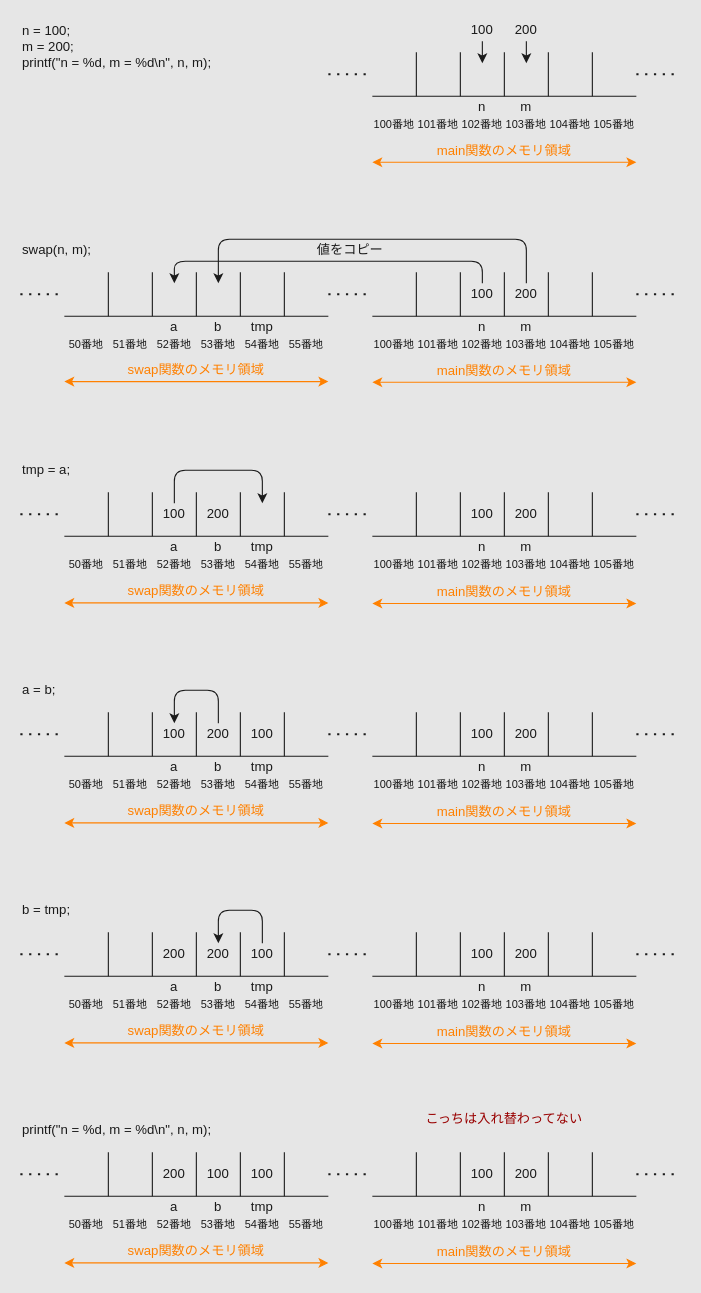
Above: page "swap copy" (4 of 5) of src/pointer/index.drawio in tuatmcc/ClangWorkShop (draw.io), before the change. Source tidied: cells renumbered, new cells numbered last; positions are measured from the earlier drawing's top-left corner, leaving out a move shared by most shapes. Both pictures are drawn from the tidied source at 110%, with x=0, y=0 at pixel (20, 19).
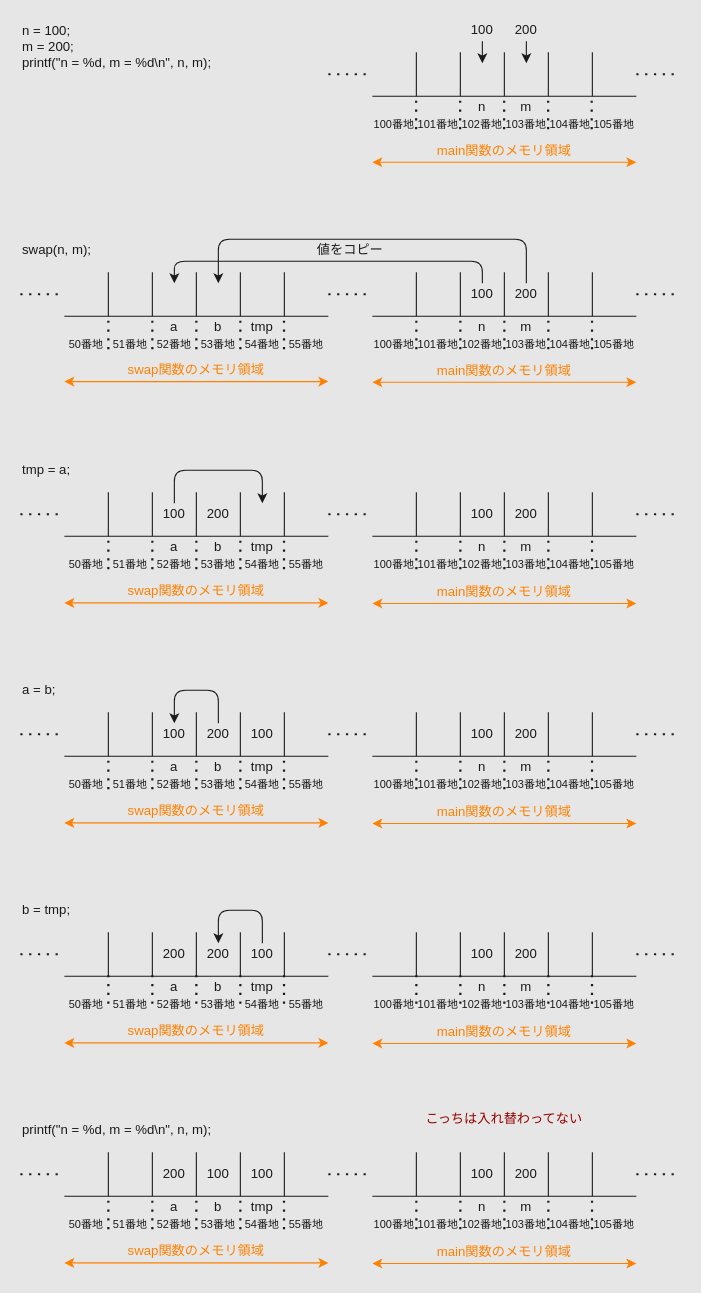
After the change.

What changed in the source:
```diff
@@
+    <mxCell id="238" style="endArrow=none;dashed=1;html=1;dashPattern=1 3;strokeWidth=2;strokeColor=#1A1A1A;fontColor=#FF0000;" parent="1" edge="1">
+      <mxGeometry relative="1" as="geometry">
+        <mxPoint x="359.8" y="100" as="sourcePoint" />
+        <mxPoint x="359.8" y="70" as="targetPoint" />
+      </mxGeometry>
+    </mxCell>
+    <mxCell id="239" style="endArrow=none;dashed=1;html=1;dashPattern=1 3;strokeWidth=2;strokeColor=#1A1A1A;fontColor=#FF0000;" parent="1" edge="1">
+      <mxGeometry relative="1" as="geometry">
+        <mxPoint x="399.8" y="100" as="sourcePoint" />
+        <mxPoint x="399.8" y="70" as="targetPoint" />
+      </mxGeometry>
+    </mxCell>
+    <mxCell id="240" style="endArrow=none;dashed=1;html=1;dashPattern=1 3;strokeWidth=2;strokeColor=#1A1A1A;fontColor=#FF0000;" parent="1" edge="1">
+      <mxGeometry relative="1" as="geometry">
+        <mxPoint x="439.8" y="100" as="sourcePoint" />
+        <mxPoint x="439.8" y="70" as="targetPoint" />
+      </mxGeometry>
+    </mxCell>
+    <mxCell id="241" style="endArrow=none;dashed=1;html=1;dashPattern=1 3;strokeWidth=2;strokeColor=#1A1A1A;fontColor=#FF0000;" parent="1" edge="1">
+      <mxGeometry relative="1" as="geometry">
+        <mxPoint x="479.8" y="100" as="sourcePoint" />
+        <mxPoint x="479.8" y="70" as="targetPoint" />
+      </mxGeometry>
+    </mxCell>
+    <mxCell id="242" style="endArrow=none;dashed=1;html=1;dashPattern=1 3;strokeWidth=2;strokeColor=#1A1A1A;fontColor=#FF0000;" parent="1" edge="1">
+      <mxGeometry relative="1" as="geometry">
+        <mxPoint x="519.4" y="100" as="sourcePoint" />
+        <mxPoint x="519.4" y="70" as="targetPoint" />
+      </mxGeometry>
+    </mxCell>
+    <mxCell id="243" style="endArrow=none;dashed=1;html=1;dashPattern=1 3;strokeWidth=2;strokeColor=#1A1A1A;fontColor=#FF0000;" parent="1" edge="1">
+      <mxGeometry relative="1" as="geometry">
+        <mxPoint x="360" y="300" as="sourcePoint" />
+        <mxPoint x="360" y="270" as="targetPoint" />
+      </mxGeometry>
+    </mxCell>
+    <mxCell id="244" style="endArrow=none;dashed=1;html=1;dashPattern=1 3;strokeWidth=2;strokeColor=#1A1A1A;fontColor=#FF0000;" parent="1" edge="1">
+      <mxGeometry relative="1" as="geometry">
+        <mxPoint x="400" y="300" as="sourcePoint" />
+        <mxPoint x="400" y="270" as="targetPoint" />
+      </mxGeometry>
+    </mxCell>
+    <mxCell id="245" style="endArrow=none;dashed=1;html=1;dashPattern=1 3;strokeWidth=2;strokeColor=#1A1A1A;fontColor=#FF0000;" parent="1" edge="1">
+      <mxGeometry relative="1" as="geometry">
+        <mxPoint x="440" y="300" as="sourcePoint" />
+        <mxPoint x="440" y="270" as="targetPoint" />
+      </mxGeometry>
+    </mxCell>
+    <mxCell id="246" style="endArrow=none;dashed=1;html=1;dashPattern=1 3;strokeWidth=2;strokeColor=#1A1A1A;fontColor=#FF0000;" parent="1" edge="1">
+      <mxGeometry relative="1" as="geometry">
+        <mxPoint x="480" y="300" as="sourcePoint" />
+        <mxPoint x="480" y="270" as="targetPoint" />
+      </mxGeometry>
+    </mxCell>
+    <mxCell id="247" style="endArrow=none;dashed=1;html=1;dashPattern=1 3;strokeWidth=2;strokeColor=#1A1A1A;fontColor=#FF0000;" parent="1" edge="1">
+      <mxGeometry relative="1" as="geometry">
+        <mxPoint x="519.7" y="300" as="sourcePoint" />
+        <mxPoint x="519.7" y="270" as="targetPoint" />
+      </mxGeometry>
+    </mxCell>
+    <mxCell id="248" style="endArrow=none;dashed=1;html=1;dashPattern=1 3;strokeWidth=2;strokeColor=#1A1A1A;fontColor=#FF0000;" parent="1" edge="1">
+      <mxGeometry relative="1" as="geometry">
+        <mxPoint x="80" y="300" as="sourcePoint" />
+        <mxPoint x="80" y="270" as="targetPoint" />
+      </mxGeometry>
+    </mxCell>
+    <mxCell id="249" style="endArrow=none;dashed=1;html=1;dashPattern=1 3;strokeWidth=2;strokeColor=#1A1A1A;fontColor=#FF0000;" parent="1" edge="1">
+      <mxGeometry relative="1" as="geometry">
+        <mxPoint x="120" y="300" as="sourcePoint" />
+        <mxPoint x="120" y="270" as="targetPoint" />
+      </mxGeometry>
+    </mxCell>
+    <mxCell id="250" style="endArrow=none;dashed=1;html=1;dashPattern=1 3;strokeWidth=2;strokeColor=#1A1A1A;fontColor=#FF0000;" parent="1" edge="1">
+      <mxGeometry relative="1" as="geometry">
+        <mxPoint x="160" y="300" as="sourcePoint" />
+        <mxPoint x="160" y="270" as="targetPoint" />
+      </mxGeometry>
+    </mxCell>
+    <mxCell id="251" style="endArrow=none;dashed=1;html=1;dashPattern=1 3;strokeWidth=2;strokeColor=#1A1A1A;fontColor=#FF0000;" parent="1" edge="1">
+      <mxGeometry relative="1" as="geometry">
+        <mxPoint x="200" y="300" as="sourcePoint" />
+        <mxPoint x="200" y="270" as="targetPoint" />
+      </mxGeometry>
+    </mxCell>
+    <mxCell id="252" style="endArrow=none;dashed=1;html=1;dashPattern=1 3;strokeWidth=2;strokeColor=#1A1A1A;fontColor=#FF0000;" parent="1" edge="1">
+      <mxGeometry relative="1" as="geometry">
+        <mxPoint x="239.7" y="300" as="sourcePoint" />
+        <mxPoint x="239.7" y="270" as="targetPoint" />
+      </mxGeometry>
+    </mxCell>
+    <mxCell id="253" style="endArrow=none;dashed=1;html=1;dashPattern=1 3;strokeWidth=2;strokeColor=#1A1A1A;fontColor=#FF0000;" parent="1" edge="1">
+      <mxGeometry relative="1" as="geometry">
+        <mxPoint x="360" y="500" as="sourcePoint" />
+        <mxPoint x="360" y="470" as="targetPoint" />
+      </mxGeometry>
+    </mxCell>
+    <mxCell id="254" style="endArrow=none;dashed=1;html=1;dashPattern=1 3;strokeWidth=2;strokeColor=#1A1A1A;fontColor=#FF0000;" parent="1" edge="1">
+      <mxGeometry relative="1" as="geometry">
+        <mxPoint x="400" y="500" as="sourcePoint" />
+        <mxPoint x="400" y="470" as="targetPoint" />
+      </mxGeometry>
+    </mxCell>
+    <mxCell id="255" style="endArrow=none;dashed=1;html=1;dashPattern=1 3;strokeWidth=2;strokeColor=#1A1A1A;fontColor=#FF0000;" parent="1" edge="1">
+      <mxGeometry relative="1" as="geometry">
+        <mxPoint x="440" y="500" as="sourcePoint" />
+        <mxPoint x="440" y="470" as="targetPoint" />
+      </mxGeometry>
+    </mxCell>
+    <mxCell id="256" style="endArrow=none;dashed=1;html=1;dashPattern=1 3;strokeWidth=2;strokeColor=#1A1A1A;fontColor=#FF0000;" parent="1" edge="1">
+      <mxGeometry relative="1" as="geometry">
+        <mxPoint x="480" y="500" as="sourcePoint" />
+        <mxPoint x="480" y="470" as="targetPoint" />
+      </mxGeometry>
+    </mxCell>
+    <mxCell id="257" style="endArrow=none;dashed=1;html=1;dashPattern=1 3;strokeWidth=2;strokeColor=#1A1A1A;fontColor=#FF0000;" parent="1" edge="1">
+      <mxGeometry relative="1" as="geometry">
+        <mxPoint x="519.7" y="500" as="sourcePoint" />
+        <mxPoint x="519.7" y="470" as="targetPoint" />
+      </mxGeometry>
+    </mxCell>
+    <mxCell id="258" style="endArrow=none;dashed=1;html=1;dashPattern=1 3;strokeWidth=2;strokeColor=#1A1A1A;fontColor=#FF0000;" parent="1" edge="1">
+      <mxGeometry relative="1" as="geometry">
+        <mxPoint x="80" y="500" as="sourcePoint" />
+        <mxPoint x="80" y="470" as="targetPoint" />
+      </mxGeometry>
+    </mxCell>
+    <mxCell id="259" style="endArrow=none;dashed=1;html=1;dashPattern=1 3;strokeWidth=2;strokeColor=#1A1A1A;fontColor=#FF0000;" parent="1" edge="1">
+      <mxGeometry relative="1" as="geometry">
+        <mxPoint x="120" y="500" as="sourcePoint" />
+        <mxPoint x="120" y="470" as="targetPoint" />
+      </mxGeometry>
+    </mxCell>
+    <mxCell id="260" style="endArrow=none;dashed=1;html=1;dashPattern=1 3;strokeWidth=2;strokeColor=#1A1A1A;fontColor=#FF0000;" parent="1" edge="1">
+      <mxGeometry relative="1" as="geometry">
+        <mxPoint x="160" y="500" as="sourcePoint" />
+        <mxPoint x="160" y="470" as="targetPoint" />
+      </mxGeometry>
+    </mxCell>
+    <mxCell id="261" style="endArrow=none;dashed=1;html=1;dashPattern=1 3;strokeWidth=2;strokeColor=#1A1A1A;fontColor=#FF0000;" parent="1" edge="1">
+      <mxGeometry relative="1" as="geometry">
+        <mxPoint x="200" y="500" as="sourcePoint" />
+        <mxPoint x="200" y="470" as="targetPoint" />
+      </mxGeometry>
+    </mxCell>
+    <mxCell id="262" style="endArrow=none;dashed=1;html=1;dashPattern=1 3;strokeWidth=2;strokeColor=#1A1A1A;fontColor=#FF0000;" parent="1" edge="1">
+      <mxGeometry relative="1" as="geometry">
+        <mxPoint x="239.7" y="500" as="sourcePoint" />
+        <mxPoint x="239.7" y="470" as="targetPoint" />
+      </mxGeometry>
+    </mxCell>
+    <mxCell id="263" style="endArrow=none;dashed=1;html=1;dashPattern=1 3;strokeWidth=2;strokeColor=#1A1A1A;fontColor=#FF0000;" parent="1" edge="1">
+      <mxGeometry relative="1" as="geometry">
+        <mxPoint x="360" y="700" as="sourcePoint" />
+        <mxPoint x="360" y="670" as="targetPoint" />
+      </mxGeometry>
+    </mxCell>
+    <mxCell id="264" style="endArrow=none;dashed=1;html=1;dashPattern=1 3;strokeWidth=2;strokeColor=#1A1A1A;fontColor=#FF0000;" parent="1" edge="1">
+      <mxGeometry relative="1" as="geometry">
+        <mxPoint x="400" y="700" as="sourcePoint" />
+        <mxPoint x="400" y="670" as="targetPoint" />
+      </mxGeometry>
+    </mxCell>
+    <mxCell id="265" style="endArrow=none;dashed=1;html=1;dashPattern=1 3;strokeWidth=2;strokeColor=#1A1A1A;fontColor=#FF0000;" parent="1" edge="1">
+      <mxGeometry relative="1" as="geometry">
+        <mxPoint x="440" y="700" as="sourcePoint" />
+        <mxPoint x="440" y="670" as="targetPoint" />
+      </mxGeometry>
+    </mxCell>
+    <mxCell id="266" style="endArrow=none;dashed=1;html=1;dashPattern=1 3;strokeWidth=2;strokeColor=#1A1A1A;fontColor=#FF0000;" parent="1" edge="1">
+      <mxGeometry relative="1" as="geometry">
+        <mxPoint x="480" y="700" as="sourcePoint" />
+        <mxPoint x="480" y="670" as="targetPoint" />
+      </mxGeometry>
+    </mxCell>
+    <mxCell id="267" style="endArrow=none;dashed=1;html=1;dashPattern=1 3;strokeWidth=2;strokeColor=#1A1A1A;fontColor=#FF0000;" parent="1" edge="1">
+      <mxGeometry relative="1" as="geometry">
+        <mxPoint x="519.7" y="700" as="sourcePoint" />
+        <mxPoint x="519.7" y="670" as="targetPoint" />
+      </mxGeometry>
+    </mxCell>
+    <mxCell id="268" style="endArrow=none;dashed=1;html=1;dashPattern=1 3;strokeWidth=2;strokeColor=#1A1A1A;fontColor=#FF0000;" parent="1" edge="1">
+      <mxGeometry relative="1" as="geometry">
+        <mxPoint x="80" y="700" as="sourcePoint" />
+        <mxPoint x="80" y="670" as="targetPoint" />
+      </mxGeometry>
+    </mxCell>
+    <mxCell id="269" style="endArrow=none;dashed=1;html=1;dashPattern=1 3;strokeWidth=2;strokeColor=#1A1A1A;fontColor=#FF0000;" parent="1" edge="1">
+      <mxGeometry relative="1" as="geometry">
+        <mxPoint x="120" y="700" as="sourcePoint" />
+        <mxPoint x="120" y="670" as="targetPoint" />
+      </mxGeometry>
+    </mxCell>
+    <mxCell id="270" style="endArrow=none;dashed=1;html=1;dashPattern=1 3;strokeWidth=2;strokeColor=#1A1A1A;fontColor=#FF0000;" parent="1" edge="1">
+      <mxGeometry relative="1" as="geometry">
+        <mxPoint x="160" y="700" as="sourcePoint" />
+        <mxPoint x="160" y="670" as="targetPoint" />
+      </mxGeometry>
+    </mxCell>
+    <mxCell id="271" style="endArrow=none;dashed=1;html=1;dashPattern=1 3;strokeWidth=2;strokeColor=#1A1A1A;fontColor=#FF0000;" parent="1" edge="1">
+      <mxGeometry relative="1" as="geometry">
+        <mxPoint x="200" y="700" as="sourcePoint" />
+        <mxPoint x="200" y="670" as="targetPoint" />
+      </mxGeometry>
+    </mxCell>
+    <mxCell id="272" style="endArrow=none;dashed=1;html=1;dashPattern=1 3;strokeWidth=2;strokeColor=#1A1A1A;fontColor=#FF0000;" parent="1" edge="1">
+      <mxGeometry relative="1" as="geometry">
+        <mxPoint x="239.7" y="700" as="sourcePoint" />
+        <mxPoint x="239.7" y="670" as="targetPoint" />
+      </mxGeometry>
+    </mxCell>
+    <mxCell id="273" style="endArrow=none;dashed=1;html=1;dashPattern=1 3;strokeWidth=2;strokeColor=#1A1A1A;fontColor=#FF0000;" parent="1" edge="1">
+      <mxGeometry relative="1" as="geometry">
+        <mxPoint x="360" y="895" as="sourcePoint" />
+        <mxPoint x="360" y="865" as="targetPoint" />
+      </mxGeometry>
+    </mxCell>
+    <mxCell id="274" style="endArrow=none;dashed=1;html=1;dashPattern=1 3;strokeWidth=2;strokeColor=#1A1A1A;fontColor=#FF0000;" parent="1" edge="1">
+      <mxGeometry relative="1" as="geometry">
+        <mxPoint x="400" y="895" as="sourcePoint" />
+        <mxPoint x="400" y="865" as="targetPoint" />
+      </mxGeometry>
+    </mxCell>
+    <mxCell id="275" style="endArrow=none;dashed=1;html=1;dashPattern=1 3;strokeWidth=2;strokeColor=#1A1A1A;fontColor=#FF0000;" parent="1" edge="1">
+      <mxGeometry relative="1" as="geometry">
+        <mxPoint x="440" y="895" as="sourcePoint" />
+        <mxPoint x="440" y="865" as="targetPoint" />
+      </mxGeometry>
+    </mxCell>
+    <mxCell id="276" style="endArrow=none;dashed=1;html=1;dashPattern=1 3;strokeWidth=2;strokeColor=#1A1A1A;fontColor=#FF0000;" parent="1" edge="1">
+      <mxGeometry relative="1" as="geometry">
+        <mxPoint x="480" y="895" as="sourcePoint" />
+        <mxPoint x="480" y="865" as="targetPoint" />
+      </mxGeometry>
+    </mxCell>
+    <mxCell id="277" style="endArrow=none;dashed=1;html=1;dashPattern=1 3;strokeWidth=2;strokeColor=#1A1A1A;fontColor=#FF0000;" parent="1" edge="1">
+      <mxGeometry relative="1" as="geometry">
+        <mxPoint x="519.7" y="895" as="sourcePoint" />
+        <mxPoint x="519.7" y="865" as="targetPoint" />
+      </mxGeometry>
+    </mxCell>
+    <mxCell id="278" style="endArrow=none;dashed=1;html=1;dashPattern=1 3;strokeWidth=2;strokeColor=#1A1A1A;fontColor=#FF0000;" parent="1" edge="1">
+      <mxGeometry relative="1" as="geometry">
+        <mxPoint x="80" y="895" as="sourcePoint" />
+        <mxPoint x="80" y="865" as="targetPoint" />
+      </mxGeometry>
+    </mxCell>
+    <mxCell id="279" style="endArrow=none;dashed=1;html=1;dashPattern=1 3;strokeWidth=2;strokeColor=#1A1A1A;fontColor=#FF0000;" parent="1" edge="1">
+      <mxGeometry relative="1" as="geometry">
+        <mxPoint x="120" y="895" as="sourcePoint" />
+        <mxPoint x="120" y="865" as="targetPoint" />
+      </mxGeometry>
+    </mxCell>
+    <mxCell id="280" style="endArrow=none;dashed=1;html=1;dashPattern=1 3;strokeWidth=2;strokeColor=#1A1A1A;fontColor=#FF0000;" parent="1" edge="1">
+      <mxGeometry relative="1" as="geometry">
+        <mxPoint x="160" y="895" as="sourcePoint" />
+        <mxPoint x="160" y="865" as="targetPoint" />
+      </mxGeometry>
+    </mxCell>
+    <mxCell id="281" style="endArrow=none;dashed=1;html=1;dashPattern=1 3;strokeWidth=2;strokeColor=#1A1A1A;fontColor=#FF0000;" parent="1" edge="1">
+      <mxGeometry relative="1" as="geometry">
+        <mxPoint x="200" y="895" as="sourcePoint" />
+        <mxPoint x="200" y="865" as="targetPoint" />
+      </mxGeometry>
+    </mxCell>
+    <mxCell id="282" style="endArrow=none;dashed=1;html=1;dashPattern=1 3;strokeWidth=2;strokeColor=#1A1A1A;fontColor=#FF0000;" parent="1" edge="1">
+      <mxGeometry relative="1" as="geometry">
+        <mxPoint x="239.7" y="895" as="sourcePoint" />
+        <mxPoint x="239.7" y="865" as="targetPoint" />
+      </mxGeometry>
+    </mxCell>
+    <mxCell id="283" style="endArrow=none;dashed=1;html=1;dashPattern=1 3;strokeWidth=2;strokeColor=#1A1A1A;fontColor=#FF0000;" parent="1" edge="1">
+      <mxGeometry relative="1" as="geometry">
+        <mxPoint x="360" y="1100" as="sourcePoint" />
+        <mxPoint x="360" y="1070" as="targetPoint" />
+      </mxGeometry>
+    </mxCell>
+    <mxCell id="284" style="endArrow=none;dashed=1;html=1;dashPattern=1 3;strokeWidth=2;strokeColor=#1A1A1A;fontColor=#FF0000;" parent="1" edge="1">
+      <mxGeometry relative="1" as="geometry">
+        <mxPoint x="400" y="1100" as="sourcePoint" />
+        <mxPoint x="400" y="1070" as="targetPoint" />
+      </mxGeometry>
+    </mxCell>
+    <mxCell id="285" style="endArrow=none;dashed=1;html=1;dashPattern=1 3;strokeWidth=2;strokeColor=#1A1A1A;fontColor=#FF0000;" parent="1" edge="1">
+      <mxGeometry relative="1" as="geometry">
+        <mxPoint x="440" y="1100" as="sourcePoint" />
+        <mxPoint x="440" y="1070" as="targetPoint" />
+      </mxGeometry>
+    </mxCell>
+    <mxCell id="286" style="endArrow=none;dashed=1;html=1;dashPattern=1 3;strokeWidth=2;strokeColor=#1A1A1A;fontColor=#FF0000;" parent="1" edge="1">
+      <mxGeometry relative="1" as="geometry">
+        <mxPoint x="480" y="1100" as="sourcePoint" />
+        <mxPoint x="480" y="1070" as="targetPoint" />
+      </mxGeometry>
+    </mxCell>
+    <mxCell id="287" style="endArrow=none;dashed=1;html=1;dashPattern=1 3;strokeWidth=2;strokeColor=#1A1A1A;fontColor=#FF0000;" parent="1" edge="1">
+      <mxGeometry relative="1" as="geometry">
+        <mxPoint x="519.7" y="1100" as="sourcePoint" />
+        <mxPoint x="519.7" y="1070" as="targetPoint" />
+      </mxGeometry>
+    </mxCell>
+    <mxCell id="288" style="endArrow=none;dashed=1;html=1;dashPattern=1 3;strokeWidth=2;strokeColor=#1A1A1A;fontColor=#FF0000;" parent="1" edge="1">
+      <mxGeometry relative="1" as="geometry">
+        <mxPoint x="80" y="1100" as="sourcePoint" />
+        <mxPoint x="80" y="1070" as="targetPoint" />
+      </mxGeometry>
+    </mxCell>
+    <mxCell id="289" style="endArrow=none;dashed=1;html=1;dashPattern=1 3;strokeWidth=2;strokeColor=#1A1A1A;fontColor=#FF0000;" parent="1" edge="1">
+      <mxGeometry relative="1" as="geometry">
+        <mxPoint x="120" y="1100" as="sourcePoint" />
+        <mxPoint x="120" y="1070" as="targetPoint" />
+      </mxGeometry>
+    </mxCell>
+    <mxCell id="290" style="endArrow=none;dashed=1;html=1;dashPattern=1 3;strokeWidth=2;strokeColor=#1A1A1A;fontColor=#FF0000;" parent="1" edge="1">
+      <mxGeometry relative="1" as="geometry">
+        <mxPoint x="160" y="1100" as="sourcePoint" />
+        <mxPoint x="160" y="1070" as="targetPoint" />
+      </mxGeometry>
+    </mxCell>
+    <mxCell id="291" style="endArrow=none;dashed=1;html=1;dashPattern=1 3;strokeWidth=2;strokeColor=#1A1A1A;fontColor=#FF0000;" parent="1" edge="1">
+      <mxGeometry relative="1" as="geometry">
+        <mxPoint x="200" y="1100" as="sourcePoint" />
+        <mxPoint x="200" y="1070" as="targetPoint" />
+      </mxGeometry>
+    </mxCell>
+    <mxCell id="292" style="endArrow=none;dashed=1;html=1;dashPattern=1 3;strokeWidth=2;strokeColor=#1A1A1A;fontColor=#FF0000;" parent="1" edge="1">
+      <mxGeometry relative="1" as="geometry">
+        <mxPoint x="239.7" y="1100" as="sourcePoint" />
+        <mxPoint x="239.7" y="1070" as="targetPoint" />
+      </mxGeometry>
+    </mxCell>
```
